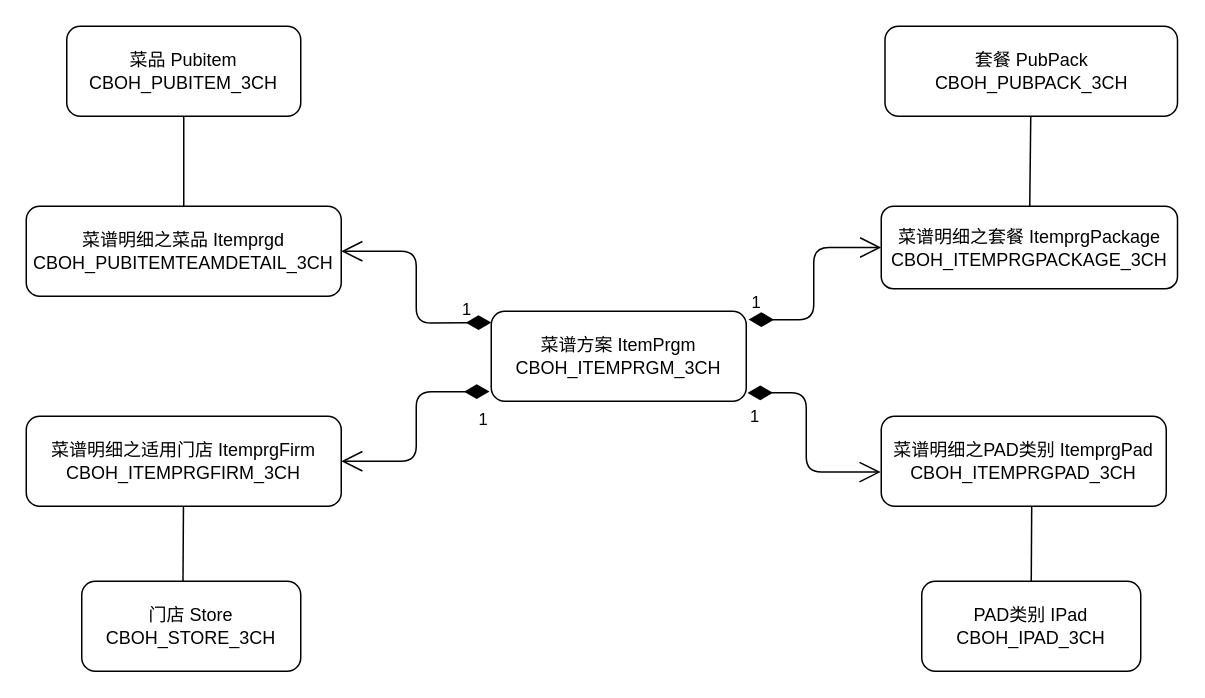
The draw.io diagram 本地BOH/菜谱.drawio in liuchenwei2000/diagram, before the edit. Source tidied: cells renumbered, new cells numbered last; positions are measured from the earlier drawing's top-left corner, leaving out a move shared by most shapes. Both pictures are drawn from the tidied source at 150%, with x=0, y=0 at pixel (26, 26).
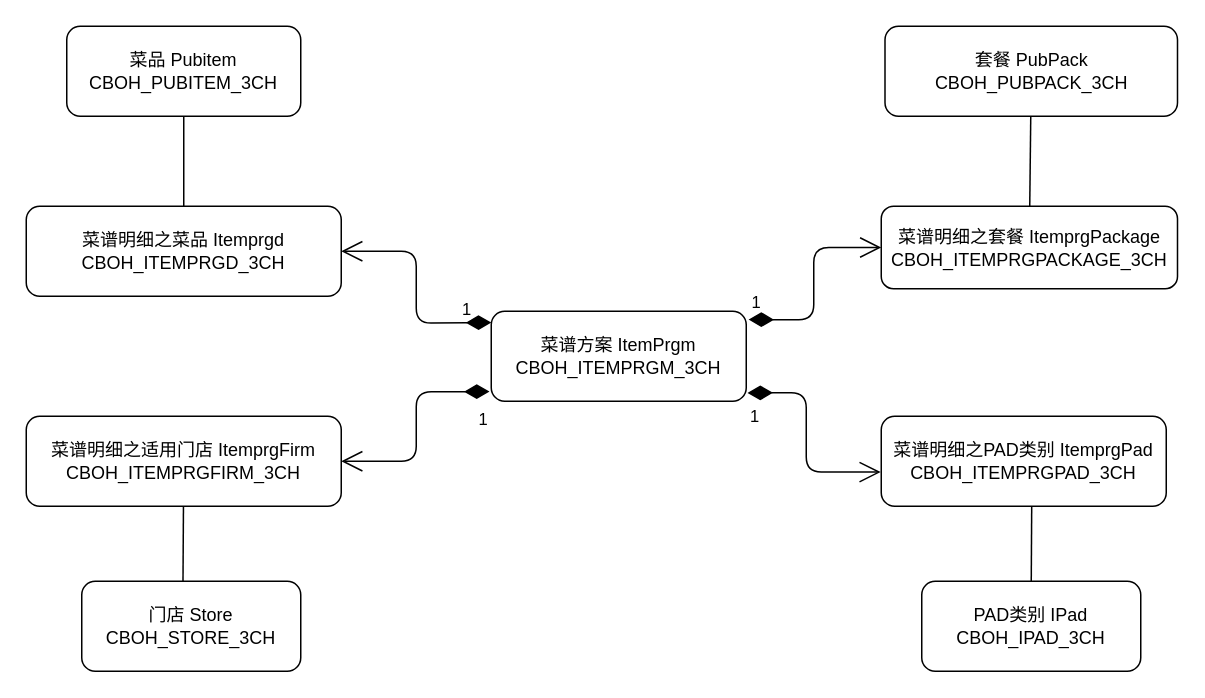
The same page after the edit.

What changed in the source:
```diff
@@
-    <mxCell id="8" value="菜谱明细之菜品 Itemprgd&lt;br&gt;CBOH_PUBITEMTEAMDETAIL_3CH" style="rounded=1;whiteSpace=wrap;html=1;" parent="1" vertex="1">
+    <mxCell id="8" value="菜谱明细之菜品 Itemprgd&lt;br&gt;CBOH_ITEMPRGD_3CH" style="rounded=1;whiteSpace=wrap;html=1;" parent="1" vertex="1">
       <mxGeometry y="120" width="210" height="60" as="geometry" />
     </mxCell>
```
